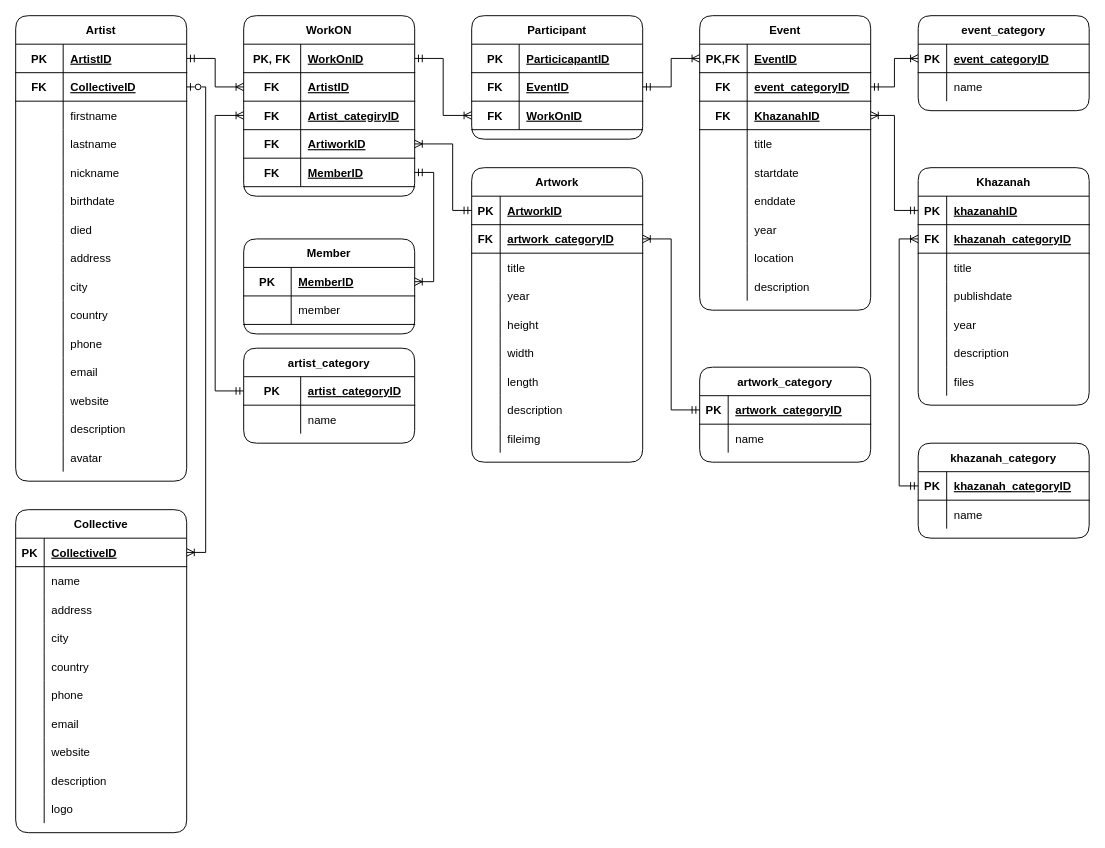
ancientfutures/gitbook keeps this draw.io diagram as page "Page-2" (2 of 2) of documents/backend/database/arsipdb.drawio. Above is the earlier version. Source tidied: cells renumbered, new cells numbered last; positions are measured from the earlier drawing's top-left corner, leaving out a move shared by most shapes. Both pictures are drawn from the tidied source at 95%, with x=0, y=0 at pixel (15, 15).
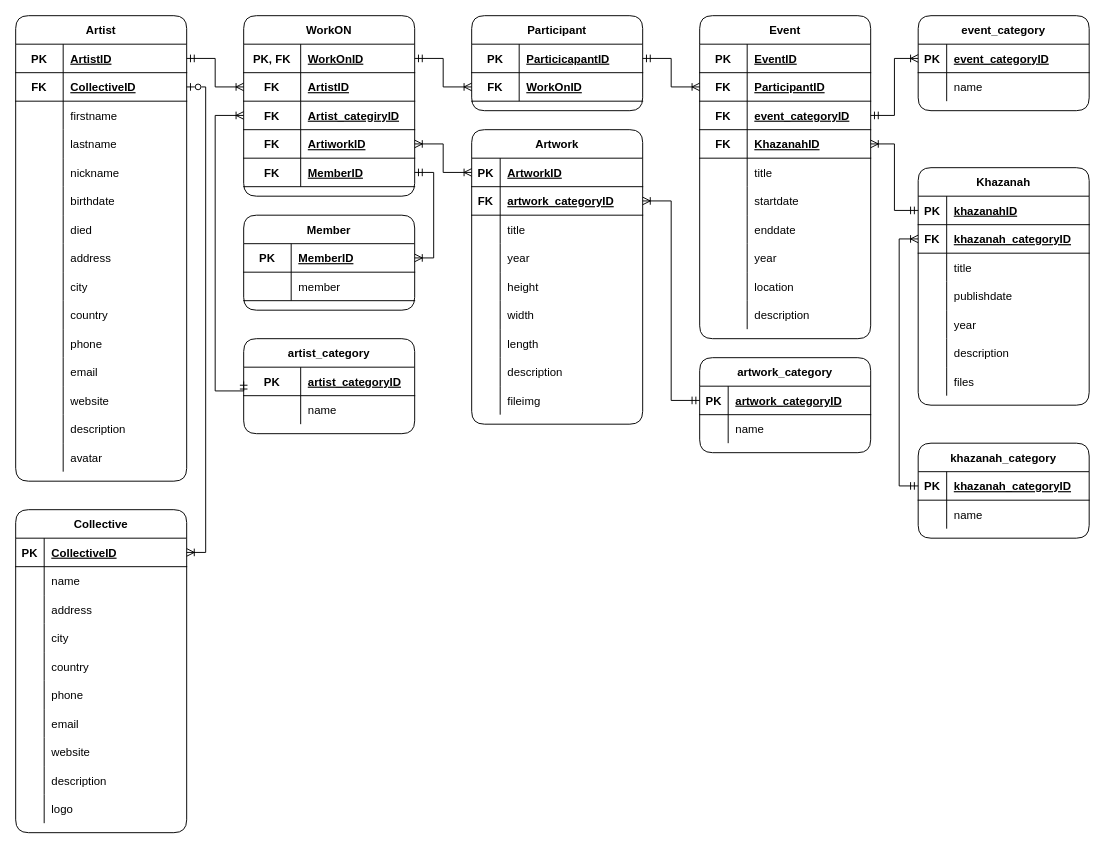
The same page after the edit.

The change refers to these unchanged cells:
```xml
<mxCell id="80" style="shape=tableRow;horizontal=0;startSize=0;swimlaneHead=0;swimlaneBody=0;fillColor=none;points=[[0,0.5],[1,0.5]];portConstraint=eastwest;top=0;left=0;right=0;bottom=1;" parent="79" vertex="1">
  <mxGeometry y="30" width="180" height="30" as="geometry" />
</mxCell>
<mxCell id="136" style="shape=tableRow;horizontal=0;startSize=0;swimlaneHead=0;swimlaneBody=0;fillColor=none;points=[[0,0.5],[1,0.5]];portConstraint=eastwest;top=0;left=0;right=0;bottom=1;" parent="135" vertex="1">
  <mxGeometry y="30" width="180" height="30" as="geometry" />
</mxCell>
<mxCell id="205" style="shape=tableRow;horizontal=0;startSize=0;swimlaneHead=0;swimlaneBody=0;fillColor=none;points=[[0,0.5],[1,0.5]];portConstraint=eastwest;top=0;left=0;right=0;bottom=1;" parent="195" vertex="1">
  <mxGeometry y="120" width="180" height="30" as="geometry" />
</mxCell>
```

The edit, as a diff of the source:
```diff
@@
     <mxCell id="79" value="Artwork" style="shape=table;startSize=30;childLayout=tableLayout;rowLines=0;fontStyle=1;align=center;rounded=1;swimlaneLine=1;sketch=0;" parent="1" vertex="1">
-      <mxGeometry x="480" y="160" width="180" height="310" as="geometry" />
+      <mxGeometry x="480" y="120" width="180" height="310" as="geometry" />
     </mxCell>
@@
     <mxCell id="107" value="Event" style="shape=table;startSize=30;childLayout=tableLayout;rowLines=0;fontStyle=1;align=center;rounded=1;swimlaneLine=1;sketch=0;" parent="1" vertex="1">
-      <mxGeometry x="720" width="180" height="310" as="geometry" />
+      <mxGeometry x="720" width="180" height="340" as="geometry" />
     </mxCell>
+    <mxCell id="229" style="shape=tableRow;horizontal=0;startSize=0;swimlaneHead=0;swimlaneBody=0;fillColor=none;top=0;left=0;right=0;bottom=1;" parent="107" vertex="1">
+      <mxGeometry y="30" width="180" height="30" as="geometry" />
+    </mxCell>
+    <mxCell id="230" value="PK" style="shape=partialRectangle;fillColor=none;top=0;left=0;bottom=0;right=0;fontStyle=1;overflow=hidden;" parent="229" vertex="1">
+      <mxGeometry width="50" height="30" as="geometry" />
+    </mxCell>
+    <mxCell id="141" value="EventID" style="shape=partialRectangle;fillColor=none;top=0;left=0;bottom=0;right=0;align=left;spacingLeft=6;fontStyle=5;overflow=hidden;" parent="229" vertex="1">
+      <mxGeometry x="50" width="130" height="30" as="geometry" />
+    </mxCell>
     <mxCell id="108" style="shape=tableRow;horizontal=0;startSize=0;swimlaneHead=0;swimlaneBody=0;fillColor=none;points=[[0,0.5],[1,0.5]];portConstraint=eastwest;top=0;left=0;right=0;bottom=1;" parent="107" vertex="1">
-      <mxGeometry y="30" width="180" height="30" as="geometry" />
+      <mxGeometry y="60" width="180" height="30" as="geometry" />
     </mxCell>
-    <mxCell id="109" value="PK,FK" style="shape=partialRectangle;fillColor=none;top=0;left=0;bottom=0;right=0;fontStyle=1;overflow=hidden;" parent="108" vertex="1">
+    <mxCell id="109" value="FK" style="shape=partialRectangle;fillColor=none;top=0;left=0;bottom=0;right=0;fontStyle=1;overflow=hidden;" parent="108" vertex="1">
       <mxGeometry width="50" height="30" as="geometry" />
     </mxCell>
-    <mxCell id="110" value="EventID" style="shape=partialRectangle;fillColor=none;top=0;left=0;bottom=0;right=0;align=left;spacingLeft=6;fontStyle=5;overflow=hidden;" parent="108" vertex="1">
+    <mxCell id="110" value="ParticipantID" style="shape=partialRectangle;fillColor=none;top=0;left=0;bottom=0;right=0;align=left;spacingLeft=6;fontStyle=5;overflow=hidden;" parent="108" vertex="1">
       <mxGeometry x="50" width="130" height="30" as="geometry" />
     </mxCell>
     <mxCell id="111" style="shape=tableRow;horizontal=0;startSize=0;swimlaneHead=0;swimlaneBody=0;fillColor=none;points=[[0,0.5],[1,0.5]];portConstraint=eastwest;top=0;left=0;right=0;bottom=1;" parent="107" vertex="1">
-      <mxGeometry y="60" width="180" height="30" as="geometry" />
+      <mxGeometry y="90" width="180" height="30" as="geometry" />
     </mxCell>
@@
     <mxCell id="114" style="shape=tableRow;horizontal=0;startSize=0;swimlaneHead=0;swimlaneBody=0;fillColor=none;points=[[0,0.5],[1,0.5]];portConstraint=eastwest;top=0;left=0;right=0;bottom=1;" parent="107" vertex="1">
-      <mxGeometry y="90" width="180" height="30" as="geometry" />
+      <mxGeometry y="120" width="180" height="30" as="geometry" />
     </mxCell>
@@
     <mxCell id="117" style="shape=tableRow;horizontal=0;startSize=0;swimlaneHead=0;swimlaneBody=0;fillColor=none;top=0;left=0;right=0;bottom=0;" parent="107" vertex="1">
-      <mxGeometry y="120" width="180" height="30" as="geometry" />
+      <mxGeometry y="150" width="180" height="30" as="geometry" />
     </mxCell>
@@
     <mxCell id="120" style="shape=tableRow;horizontal=0;startSize=0;swimlaneHead=0;swimlaneBody=0;fillColor=none;top=0;left=0;right=0;bottom=0;" parent="107" vertex="1">
-      <mxGeometry y="150" width="180" height="30" as="geometry" />
+      <mxGeometry y="180" width="180" height="30" as="geometry" />
     </mxCell>
@@
     <mxCell id="123" style="shape=tableRow;horizontal=0;startSize=0;swimlaneHead=0;swimlaneBody=0;fillColor=none;top=0;left=0;right=0;bottom=0;" parent="107" vertex="1">
-      <mxGeometry y="180" width="180" height="30" as="geometry" />
+      <mxGeometry y="210" width="180" height="30" as="geometry" />
     </mxCell>
@@
     <mxCell id="126" style="shape=tableRow;horizontal=0;startSize=0;swimlaneHead=0;swimlaneBody=0;fillColor=none;top=0;left=0;right=0;bottom=0;" parent="107" vertex="1">
-      <mxGeometry y="210" width="180" height="30" as="geometry" />
+      <mxGeometry y="240" width="180" height="30" as="geometry" />
     </mxCell>
@@
     <mxCell id="129" style="shape=tableRow;horizontal=0;startSize=0;swimlaneHead=0;swimlaneBody=0;fillColor=none;top=0;left=0;right=0;bottom=0;" parent="107" vertex="1">
-      <mxGeometry y="240" width="180" height="30" as="geometry" />
+      <mxGeometry y="270" width="180" height="30" as="geometry" />
     </mxCell>
@@
     <mxCell id="132" style="shape=tableRow;horizontal=0;startSize=0;swimlaneHead=0;swimlaneBody=0;fillColor=none;top=0;left=0;right=0;bottom=0;" parent="107" vertex="1">
-      <mxGeometry y="270" width="180" height="30" as="geometry" />
+      <mxGeometry y="300" width="180" height="30" as="geometry" />
     </mxCell>
@@
     <mxCell id="135" value="Participant" style="shape=table;startSize=30;childLayout=tableLayout;rowLines=0;fontStyle=1;align=center;rounded=1;swimlaneLine=1;sketch=0;" parent="1" vertex="1">
-      <mxGeometry x="480" width="180" height="130" as="geometry" />
+      <mxGeometry x="480" width="180" height="100" as="geometry" />
     </mxCell>
@@
-    <mxCell id="139" style="shape=tableRow;horizontal=0;startSize=0;swimlaneHead=0;swimlaneBody=0;fillColor=none;points=[[0,0.5],[1,0.5]];portConstraint=eastwest;top=0;left=0;right=0;bottom=1;" parent="135" vertex="1">
-      <mxGeometry y="60" width="180" height="30" as="geometry" />
-    </mxCell>
-    <mxCell id="140" value="FK" style="shape=partialRectangle;fillColor=none;top=0;left=0;bottom=0;right=0;fontStyle=1;overflow=hidden;" parent="139" vertex="1">
-      <mxGeometry width="50" height="30" as="geometry" />
-    </mxCell>
-    <mxCell id="141" value="EventID" style="shape=partialRectangle;fillColor=none;top=0;left=0;bottom=0;right=0;align=left;spacingLeft=6;fontStyle=5;overflow=hidden;" parent="139" vertex="1">
-      <mxGeometry x="50" width="130" height="30" as="geometry" />
-    </mxCell>
     <mxCell id="142" style="shape=tableRow;horizontal=0;startSize=0;swimlaneHead=0;swimlaneBody=0;fillColor=none;points=[[0,0.5],[1,0.5]];portConstraint=eastwest;top=0;left=0;right=0;bottom=1;" parent="135" vertex="1">
-      <mxGeometry y="90" width="180" height="30" as="geometry" />
+      <mxGeometry y="60" width="180" height="30" as="geometry" />
     </mxCell>
@@
     <mxCell id="174" value="artwork_category" style="shape=table;startSize=30;childLayout=tableLayout;rowLines=0;fontStyle=1;align=center;rounded=1;swimlaneLine=1;sketch=0;" parent="1" vertex="1">
-      <mxGeometry x="720" y="370" width="180" height="100" as="geometry" />
+      <mxGeometry x="720" y="360" width="180" height="100" as="geometry" />
     </mxCell>
@@
     <mxCell id="181" value="artist_category" style="shape=table;startSize=30;childLayout=tableLayout;rowLines=0;fontStyle=1;align=center;rounded=1;swimlaneLine=1;sketch=0;" parent="1" vertex="1">
-      <mxGeometry x="240" y="350" width="180" height="100" as="geometry" />
+      <mxGeometry x="240" y="340" width="180" height="100" as="geometry" />
     </mxCell>
@@
     <mxCell id="211" value="Member" style="shape=table;startSize=30;childLayout=tableLayout;rowLines=0;fontStyle=1;align=center;rounded=1;swimlaneLine=1;sketch=0;" parent="1" vertex="1">
-      <mxGeometry x="240" y="235" width="180" height="100" as="geometry" />
+      <mxGeometry x="240" y="210" width="180" height="100" as="geometry" />
     </mxCell>
@@
-    <mxCell id="225" style="edgeStyle=orthogonalEdgeStyle;rounded=0;jettySize=auto;html=1;exitX=0;exitY=0.5;exitDx=0;exitDy=0;entryX=1;entryY=0.5;entryDx=0;entryDy=0;startArrow=ERmandOne;startFill=0;endArrow=ERoneToMany;endFill=0;" parent="1" edge="1" source="80" target="205">
-      <mxGeometry relative="1" as="geometry">
-        <Array as="points">
-          <mxPoint x="460" y="205" />
-          <mxPoint x="460" y="135" />
-        </Array>
-      </mxGeometry>
+    <mxCell id="225" style="edgeStyle=orthogonalEdgeStyle;rounded=0;jettySize=auto;html=1;exitX=0;exitY=0.5;exitDx=0;exitDy=0;entryX=1;entryY=0.5;entryDx=0;entryDy=0;startArrow=ERoneToMany;startFill=0;endArrow=ERoneToMany;endFill=0;" parent="1" edge="1" source="80" target="205">
+      <mxGeometry relative="1" as="geometry" />
     </mxCell>
-    <mxCell id="226" style="edgeStyle=orthogonalEdgeStyle;rounded=0;jettySize=auto;html=1;exitX=1;exitY=0.5;exitDx=0;exitDy=0;entryX=0;entryY=0.5;entryDx=0;entryDy=0;startArrow=ERmandOne;startFill=0;endArrow=ERoneToMany;endFill=0;" parent="1" edge="1" source="139" target="108">
-      <mxGeometry relative="1" as="geometry" />
-    </mxCell>
@@
+    <mxCell id="231" style="edgeStyle=orthogonalEdgeStyle;rounded=0;jettySize=auto;html=1;exitX=1;exitY=0.5;exitDx=0;exitDy=0;entryX=0;entryY=0.5;entryDx=0;entryDy=0;startArrow=ERmandOne;startFill=0;endArrow=ERoneToMany;endFill=0;" parent="1" edge="1" source="136" target="108">
+      <mxGeometry relative="1" as="geometry" />
+    </mxCell>
```
